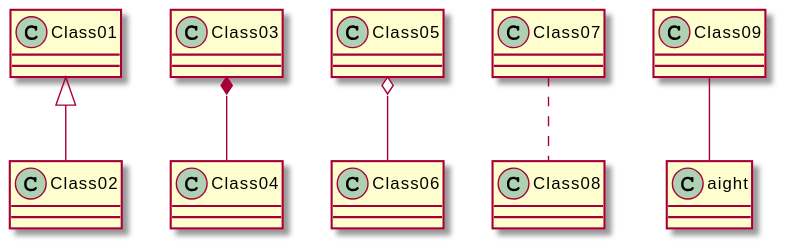
Above: meilenstein_03/test.svg in weichware10/meilensteine (PlantUML), before the change.
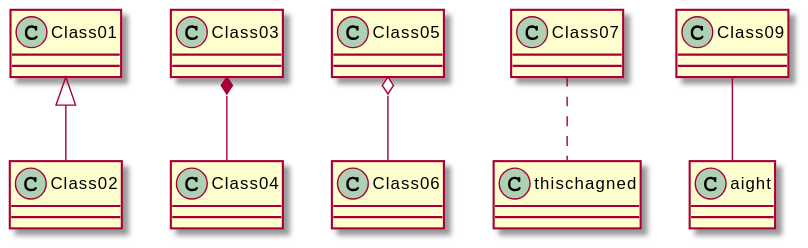
The same diagram one commit later.

Commit message:
Render PlantUML SVGs

Diff of the diagram source:
```diff
@@ -2,6 +2,6 @@
 Class01 <|-- Class02
 Class03 *-- Class04
 Class05 o-- Class06
-Class07 .. Class08
+Class07 .. thischagned
 Class09 -- aight
 @enduml
```
